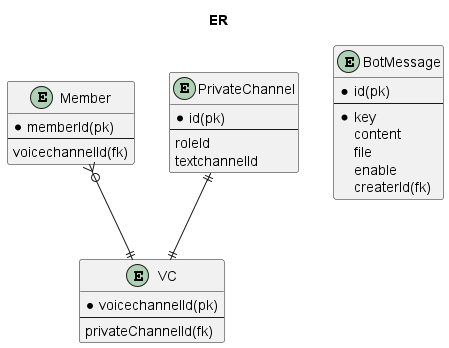
Before: out/plantuml/db/erd.png, a diagram exported from PlantUML (aktnb/discordbot-ts-2).
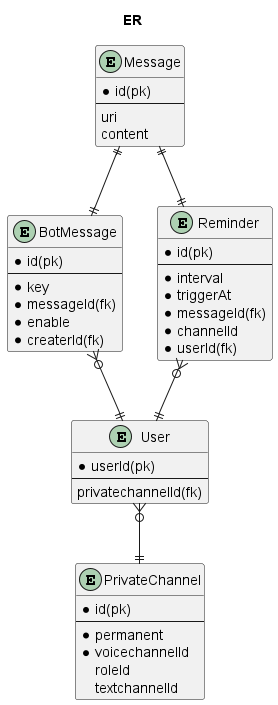
The same file after the commit.

Diff of the diagram source:
```diff
@@ -1,18 +1,15 @@
 @startuml erd
 title ER
-entity Member {
-  * memberId(pk)
+entity User {
+  * userId(pk)
   --
-  voicechannelId(fk)
-}
-entity VC {
-  * voicechannelId(pk)
-  --
-  privateChannelId(fk)
+  privatechannelId(fk)
 }
 entity PrivateChannel {
   * id(pk)
   --
+  * permanent
+  * voicechannelId
   roleId
   textchannelId
 }
@@ -20,11 +17,28 @@
   * id(pk)
   --
   * key
+  * messageId(fk)
+  * enable
+  * createrId(fk)
+}
+entity Message {
+  * id(pk)
+  --
+  uri
   content
-  file
-  enable
-  createrId(fk)
 }
-PrivateChannel ||--|| VC
-Member }o--|| VC
+entity Reminder {
+  * id(pk)
+  --
+  * interval
+  * triggerAt
+  * messageId(fk)
+  * channelId
+  * userId(fk)
+}
+BotMessage }o--|| User
+User }o--|| PrivateChannel
+Reminder }o--|| User
+Message ||--|| Reminder
+Message ||--|| BotMessage
 @enduml
```
